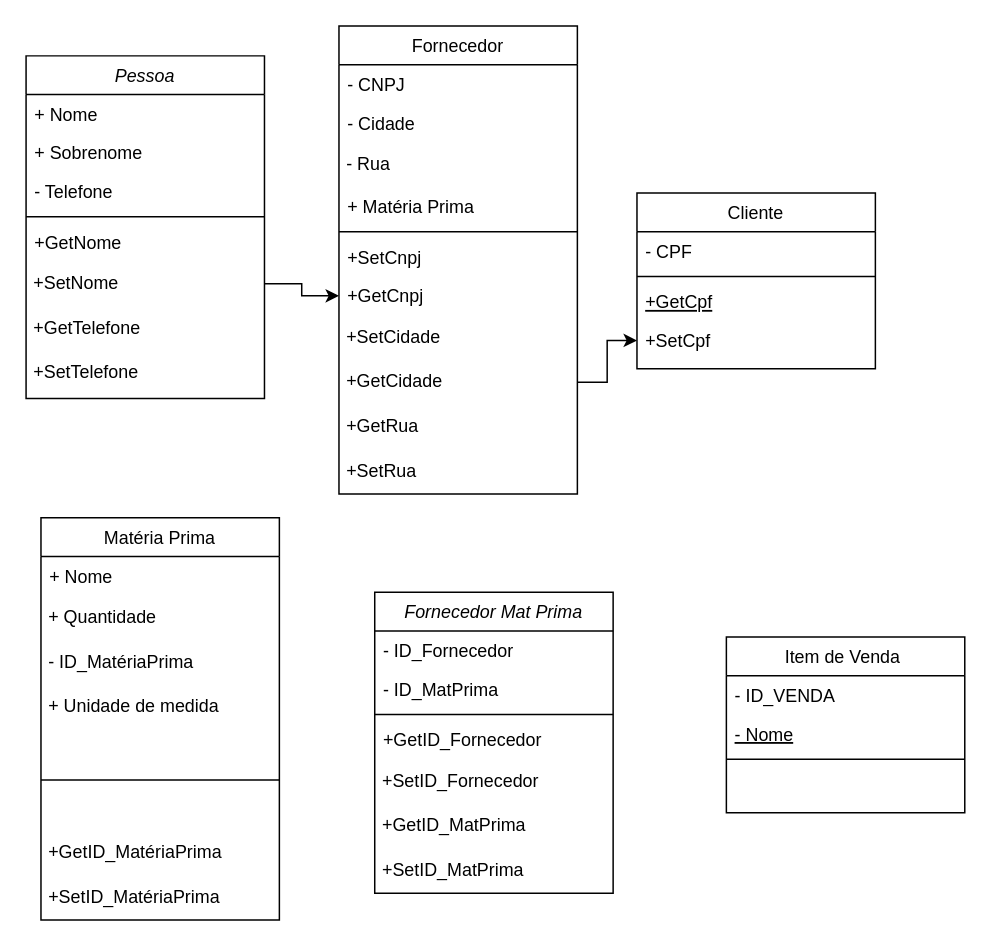
Before: equipee.drawio in Marya16/Equipe, a draw.io diagram. Source tidied: cells renumbered, new cells numbered last; positions are measured from the earlier drawing's top-left corner, leaving out a move shared by most shapes. Both pictures are drawn from the tidied source at 149%, with x=0, y=0 at pixel (25, 25).
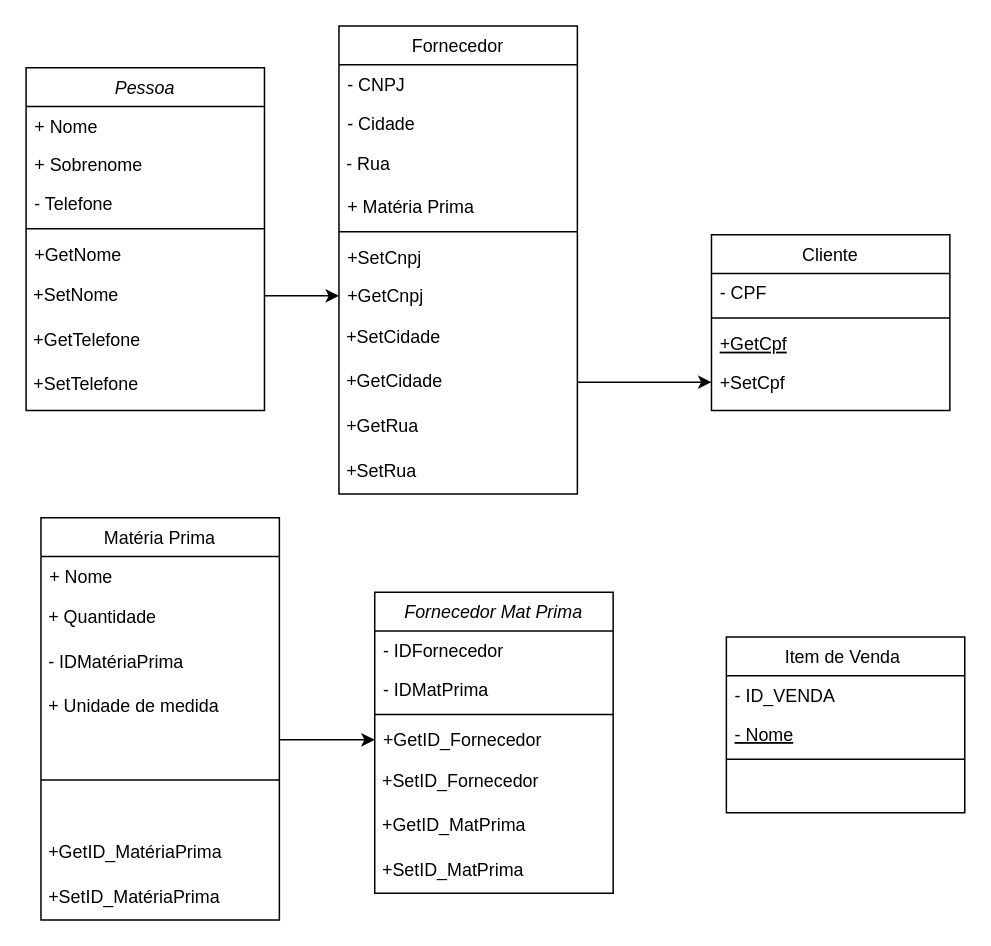
Above is the later version.

The change refers to these unchanged cells:
```xml
<mxCell id="16" value="Matéria Prima" style="swimlane;fontStyle=0;align=center;verticalAlign=top;horizontal=1;startSize=26;rounded=0;shadow=0;strokeWidth=1;" parent="1" vertex="1">
  <mxGeometry x="10" y="330" width="160" height="270" as="geometry" />
</mxCell>
<mxCell id="38" value="Fornecedor Mat Prima" style="swimlane;fontStyle=2;align=center;verticalAlign=top;horizontal=1;startSize=26;rounded=0;shadow=0;strokeWidth=1;" parent="1" vertex="1">
  <mxGeometry x="234" y="380" width="160" height="202" as="geometry" />
</mxCell>
<mxCell id="42" value="+GetID_Fornecedor" style="text;align=left;verticalAlign=top;spacingLeft=4;spacingRight=4;overflow=hidden;points=[[0,0.5],[1,0.5]];portConstraint=eastwest;" parent="38" vertex="1">
  <mxGeometry y="86" width="160" height="26" as="geometry" />
</mxCell>
```

What changed in the source:
```diff
@@
     <mxCell id="2" value="Pessoa" style="swimlane;fontStyle=2;align=center;verticalAlign=top;horizontal=1;startSize=26;rounded=0;shadow=0;strokeWidth=1;" parent="1" vertex="1">
-      <mxGeometry y="20" width="160" height="230" as="geometry" />
+      <mxGeometry y="28" width="160" height="230" as="geometry" />
     </mxCell>
@@
     <mxCell id="11" value="Cliente" style="swimlane;fontStyle=0;align=center;verticalAlign=top;horizontal=1;startSize=26;rounded=0;shadow=0;strokeWidth=1;" parent="1" vertex="1">
-      <mxGeometry x="410" y="112" width="160" height="118" as="geometry" />
+      <mxGeometry x="460" y="140" width="160" height="118" as="geometry" />
     </mxCell>
@@
-    <mxCell id="19" value="&amp;nbsp;- ID_MatériaPrima" style="text;html=1;align=left;verticalAlign=middle;whiteSpace=wrap;rounded=0;" parent="16" vertex="1">
+    <mxCell id="19" value="&amp;nbsp;- IDMatériaPrima" style="text;html=1;align=left;verticalAlign=middle;whiteSpace=wrap;rounded=0;" parent="16" vertex="1">
       <mxGeometry y="82" width="160" height="30" as="geometry" />
     </mxCell>
@@
-    <mxCell id="39" value="- ID_Fornecedor" style="text;align=left;verticalAlign=top;spacingLeft=4;spacingRight=4;overflow=hidden;" parent="38" vertex="1">
+    <mxCell id="39" value="- IDFornecedor" style="text;align=left;verticalAlign=top;spacingLeft=4;spacingRight=4;overflow=hidden;" parent="38" vertex="1">
       <mxGeometry y="26" width="160" height="26" as="geometry" />
     </mxCell>
-    <mxCell id="40" value="- ID_MatPrima" style="text;align=left;verticalAlign=top;spacingLeft=4;spacingRight=4;overflow=hidden;rounded=0;shadow=0;html=0;" parent="38" vertex="1">
+    <mxCell id="40" value="- IDMatPrima" style="text;align=left;verticalAlign=top;spacingLeft=4;spacingRight=4;overflow=hidden;rounded=0;shadow=0;html=0;" parent="38" vertex="1">
       <mxGeometry y="52" width="160" height="26" as="geometry" />
     </mxCell>
@@
+    <mxCell id="50" style="edgeStyle=orthogonalEdgeStyle;rounded=0;jettySize=auto;html=1;" parent="1" edge="1" target="42">
+      <mxGeometry relative="1" as="geometry">
+        <mxPoint x="170" y="479" as="sourcePoint" />
+        <Array as="points">
+          <mxPoint x="180" y="479" />
+          <mxPoint x="180" y="479" />
+        </Array>
+      </mxGeometry>
+    </mxCell>
```
